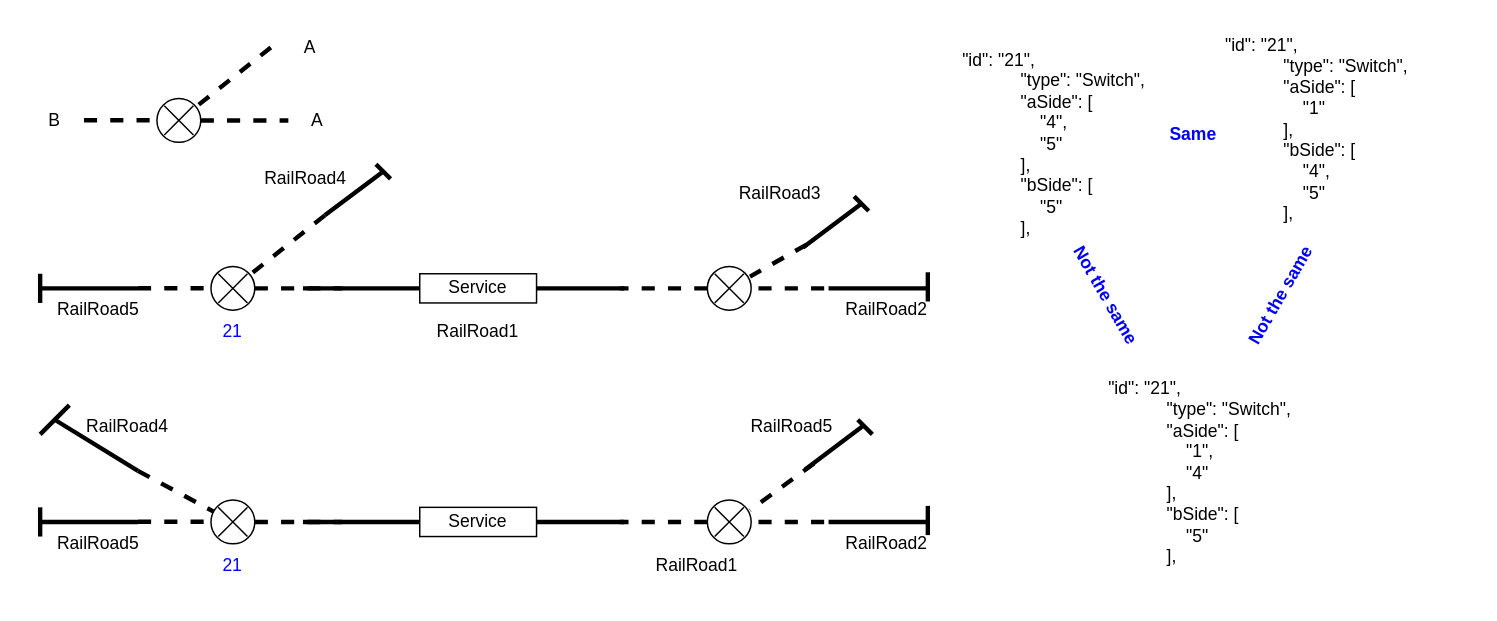
Above: ServiceSiteScheduling/database/TUSS-Instance-Generator/scenario_settings/setting_known_problems/setting_invalid_endmove/location.drawio in leonplanken/robust-rail-solver (draw.io), before the change. Source tidied: cells renumbered, new cells numbered last; positions are measured from the earlier drawing's top-left corner, leaving out a move shared by most shapes. Both pictures are drawn from the tidied source at 146%, with x=0, y=0 at pixel (25, 25).
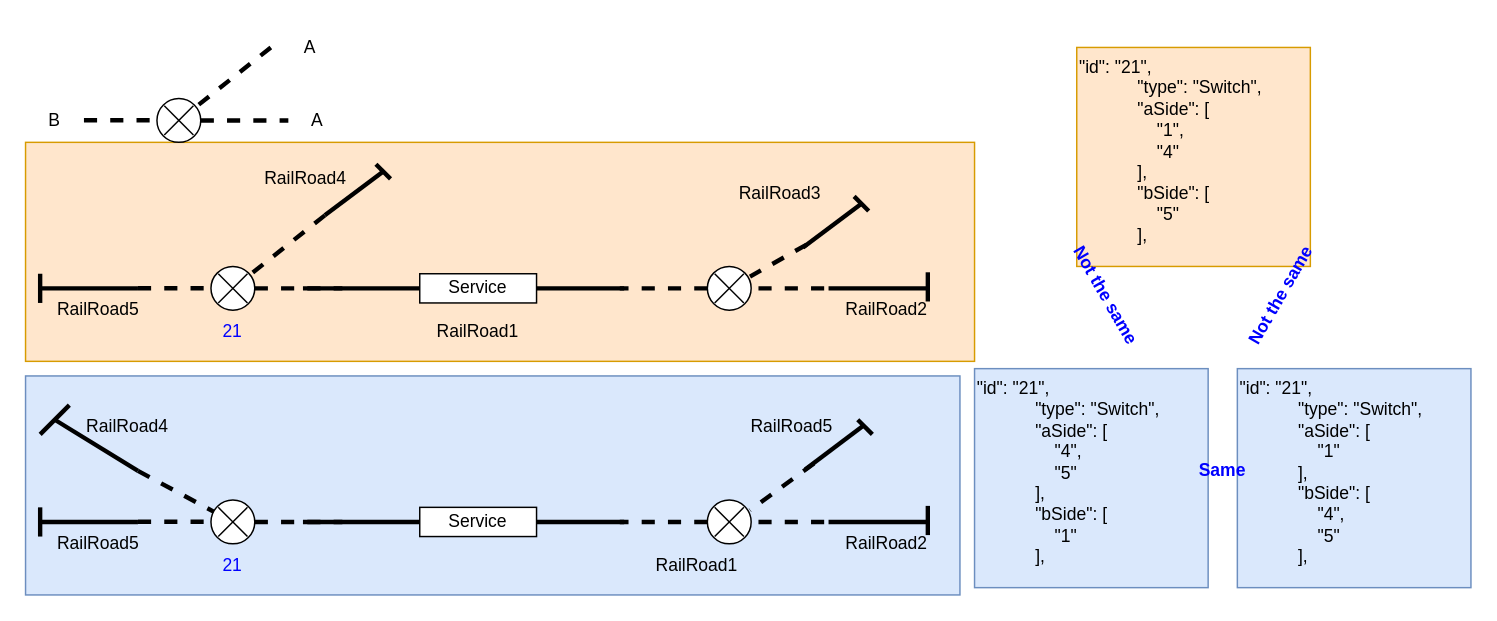
The same diagram, later.

Commit message:
Modified drawio to demonstrate switch definition issues

The edit, as a diff of the source:
```diff
@@
+    <mxCell id="78" style="rounded=0;whiteSpace=wrap;html=1;fillColor=#ffe6cc;strokeColor=#d79b00;" parent="1" vertex="1">
+      <mxGeometry y="80" width="650" height="150" as="geometry" />
+    </mxCell>
+    <mxCell id="79" style="rounded=0;whiteSpace=wrap;html=1;fillColor=#dae8fc;strokeColor=#6c8ebf;" parent="1" vertex="1">
+      <mxGeometry y="240" width="640" height="150" as="geometry" />
+    </mxCell>
@@
-    <mxCell id="72" value="&quot;id&quot;: &quot;21&quot;,&#10;            &quot;type&quot;: &quot;Switch&quot;,&#10;            &quot;aSide&quot;: [&#10;                &quot;4&quot;,&#10;                &quot;5&quot;&#10;            ],&#10;            &quot;bSide&quot;: [&#10;                &quot;5&quot;&#10;            ]," style="text;whiteSpace=wrap;" parent="1" vertex="1">
-      <mxGeometry x="640" y="10" width="160" height="150" as="geometry" />
+    <mxCell id="72" value="&quot;id&quot;: &quot;21&quot;,&#10;            &quot;type&quot;: &quot;Switch&quot;,&#10;            &quot;aSide&quot;: [&#10;                &quot;4&quot;,&#10;                &quot;5&quot;&#10;            ],&#10;            &quot;bSide&quot;: [&#10;                &quot;1&quot;&#10;            ]," style="text;whiteSpace=wrap;fillColor=#dae8fc;strokeColor=#6c8ebf;" parent="1" vertex="1">
+      <mxGeometry x="650" y="235" width="160" height="150" as="geometry" />
     </mxCell>
-    <mxCell id="73" value="&quot;id&quot;: &quot;21&quot;,&#10;            &quot;type&quot;: &quot;Switch&quot;,&#10;            &quot;aSide&quot;: [&#10;                &quot;1&quot;&#10;            ],&#10;            &quot;bSide&quot;: [&#10;                &quot;4&quot;,&#10;                &quot;5&quot;&#10;            ]," style="text;whiteSpace=wrap;" parent="1" vertex="1">
-      <mxGeometry x="820" width="160" height="150" as="geometry" />
+    <mxCell id="73" value="&quot;id&quot;: &quot;21&quot;,&#10;            &quot;type&quot;: &quot;Switch&quot;,&#10;            &quot;aSide&quot;: [&#10;                &quot;1&quot;&#10;            ],&#10;            &quot;bSide&quot;: [&#10;                &quot;4&quot;,&#10;                &quot;5&quot;&#10;            ]," style="text;whiteSpace=wrap;fillColor=#dae8fc;strokeColor=#6c8ebf;" parent="1" vertex="1">
+      <mxGeometry x="830" y="235" width="160" height="150" as="geometry" />
     </mxCell>
     <mxCell id="74" value="&lt;b&gt;&lt;font style=&quot;color: rgb(0, 0, 255);&quot;&gt;Same&lt;/font&gt;&lt;/b&gt;" style="text;html=1;align=center;verticalAlign=middle;whiteSpace=wrap;rounded=0;" parent="1" vertex="1">
-      <mxGeometry x="740" y="60" width="120" height="30" as="geometry" />
+      <mxGeometry x="760" y="290" width="120" height="30" as="geometry" />
     </mxCell>
-    <mxCell id="75" value="&quot;id&quot;: &quot;21&quot;,&#10;            &quot;type&quot;: &quot;Switch&quot;,&#10;            &quot;aSide&quot;: [&#10;                &quot;1&quot;,&#10;                &quot;4&quot;&#10;            ],&#10;            &quot;bSide&quot;: [&#10;                &quot;5&quot;&#10;            ]," style="text;whiteSpace=wrap;" parent="1" vertex="1">
-      <mxGeometry x="740" y="235" width="160" height="150" as="geometry" />
+    <mxCell id="75" value="&quot;id&quot;: &quot;21&quot;,&#10;            &quot;type&quot;: &quot;Switch&quot;,&#10;            &quot;aSide&quot;: [&#10;                &quot;1&quot;,&#10;                &quot;4&quot;&#10;            ],&#10;            &quot;bSide&quot;: [&#10;                &quot;5&quot;&#10;            ]," style="text;whiteSpace=wrap;fillColor=#ffe6cc;strokeColor=#d79b00;" parent="1" vertex="1">
+      <mxGeometry x="720" y="15" width="160" height="150" as="geometry" />
     </mxCell>
```
